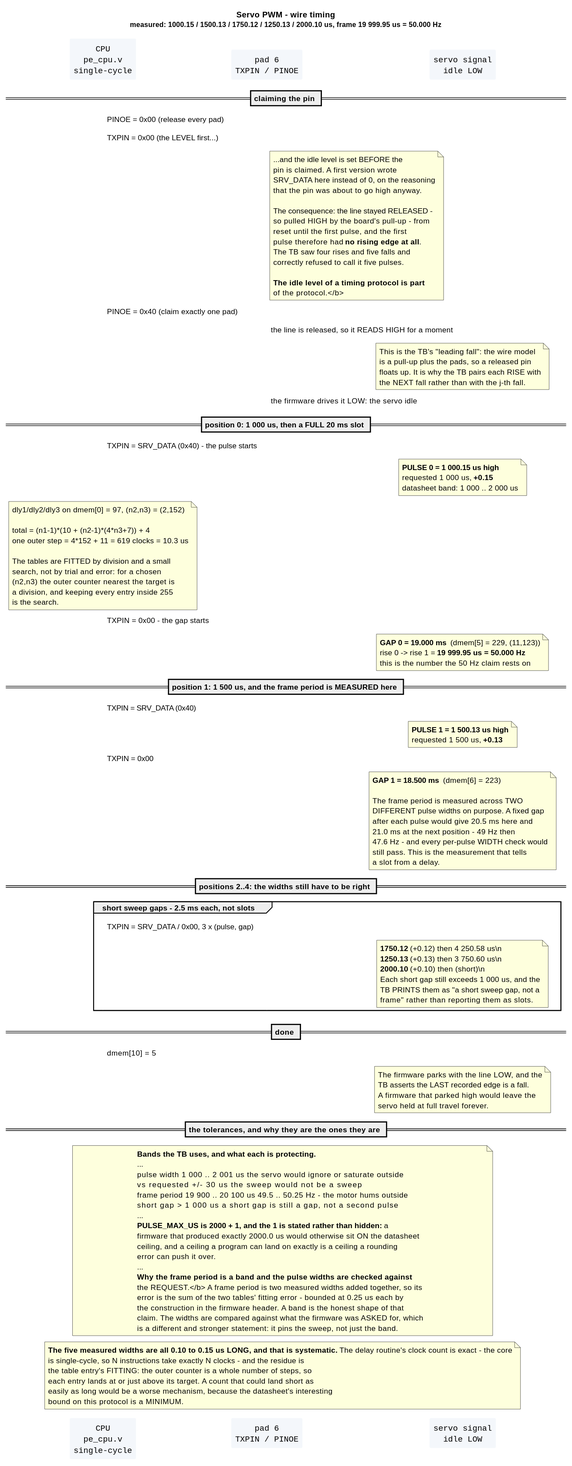
Earlier version of the PlantUML export diagrams/proto-servo-timing.svg (smprather/janestreet-blog-serial-protocol-emulator).
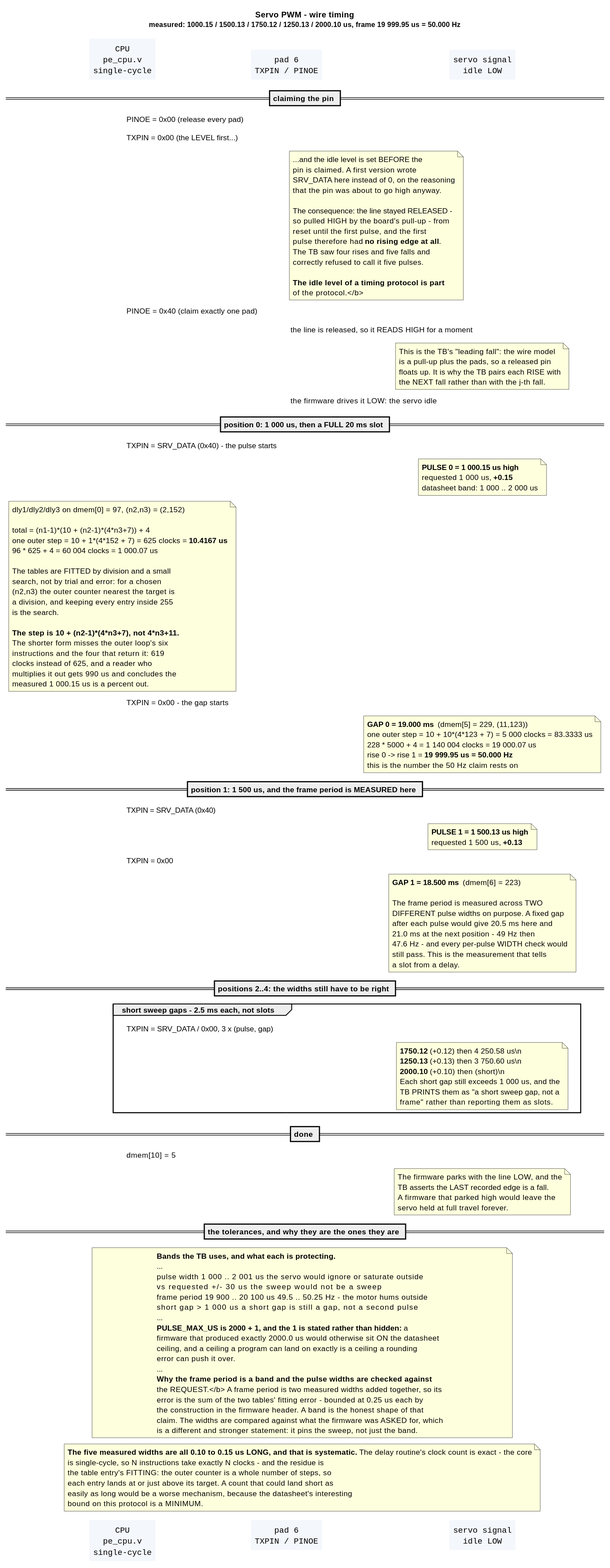
Later version of the same file.

Diff of the diagram source:
```diff
@@ -62,17 +62,27 @@
   dly1/dly2/dly3 on dmem[0] = 97, (n2,n3) = (2,152)
 
   total = (n1-1)*(10 + (n2-1)*(4*n3+7)) + 4
-  one outer step = 4*152 + 11 = 619 clocks = 10.3 us
+  one outer step = 10 + 1*(4*152 + 7) = 625 clocks = <b>10.4167 us</b>
+  96 * 625 + 4 = 60 004 clocks = 1 000.07 us
 
   The tables are FITTED by division and a small
   search, not by trial and error: for a chosen
   (n2,n3) the outer counter nearest the target is
   a division, and keeping every entry inside 255
   is the search.
+
+  <b>The step is 10 + (n2-1)*(4*n3+7), not 4*n3+11.</b>
+  The shorter form misses the outer loop's six
+  instructions and the four that return it: 619
+  clocks instead of 625, and a reader who
+  multiplies it out gets 990 us and concludes the
+  measured 1 000.15 us is a percent out.
 end note
 CPU -> PAD : TXPIN = 0x00 - the gap starts
 note over WIRE
   <b>GAP 0 = 19.000 ms</b>  (dmem[5] = 229, (11,123))
+  one outer step = 10 + 10*(4*123 + 7) = 5 000 clocks = 83.3333 us
+  228 * 5000 + 4 = 1 140 004 clocks = 19 000.07 us
   rise 0 -> rise 1 = <b>19 999.95 us = 50.000 Hz</b>
   this is the number the 50 Hz claim rests on
 end note
```
